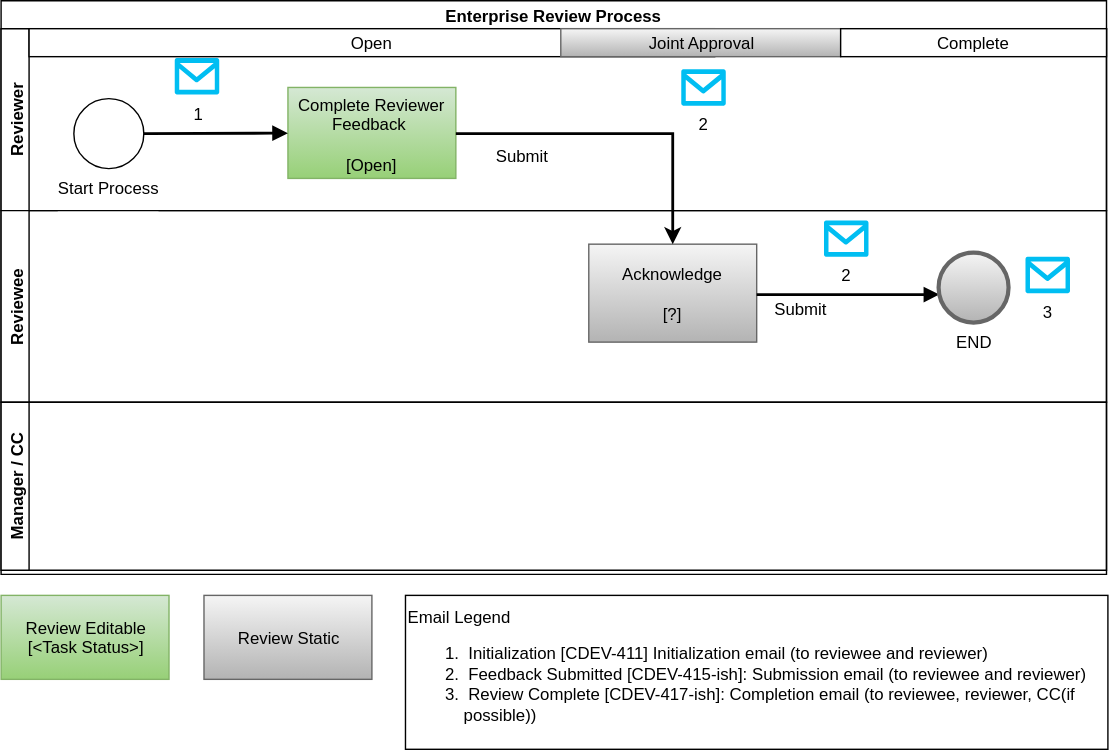
The draw.io diagram docs/requirements/ER_Process.svg in michaelmernin/skills_dev_environment, before a commit. Source tidied: cells renumbered, new cells last; positions are measured from the earlier drawing's top-left corner, leaving out a move shared by most shapes.
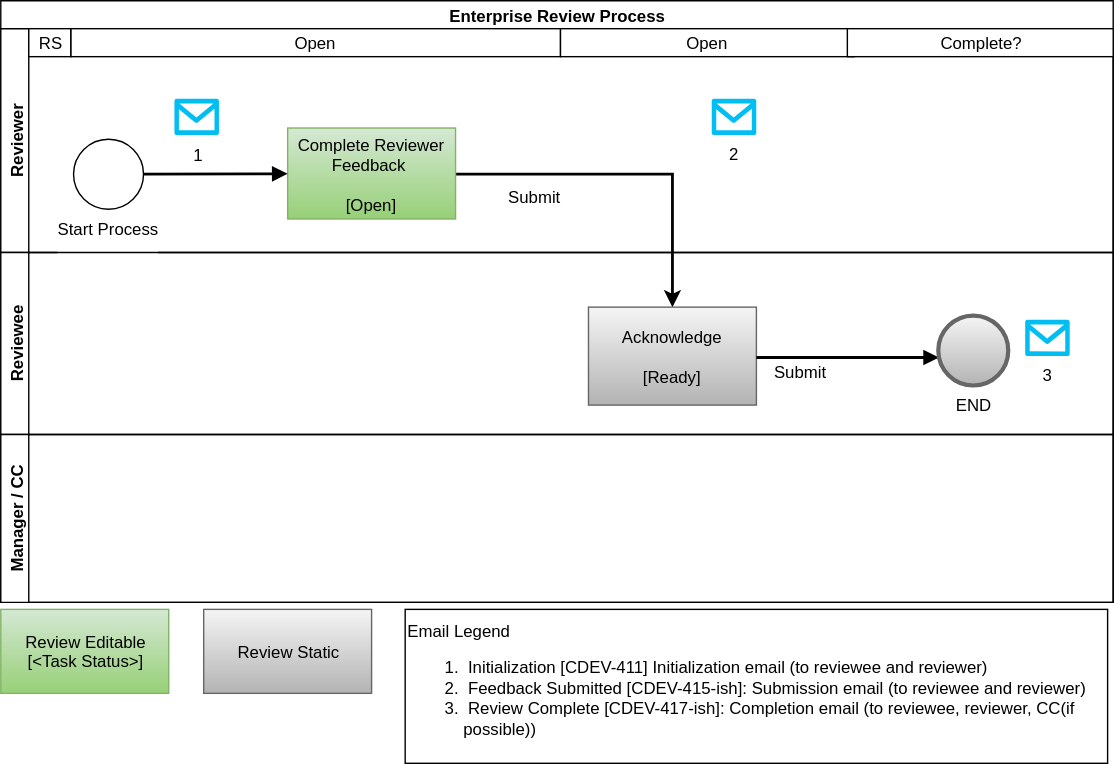
The same file after the commit.

Diff of the diagram source:
```diff
@@ -3,49 +3,64 @@
     <mxCell id="0" />
     <mxCell id="1" parent="0" />
     <mxCell id="2" value="Enterprise Review Process" style="swimlane;html=1;horizontal=1;startSize=20;rounded=0;glass=0;" parent="1" vertex="1">
-      <mxGeometry width="790" height="410" as="geometry" />
+      <mxGeometry y="-10" width="795" height="430" as="geometry" />
     </mxCell>
+    <mxCell id="21" style="endArrow=classic;endFill=1;endSize=6;html=1;startArrow=none;startFill=0;rounded=0;exitX=1;exitY=0.5;strokeWidth=2;" parent="2" edge="1" source="4" target="14">
+      <mxGeometry relative="1" as="geometry">
+        <Array as="points">
+          <mxPoint x="480" y="124" />
+        </Array>
+      </mxGeometry>
+    </mxCell>
+    <mxCell id="22" value="Submit" style="text;html=1;align=center;verticalAlign=middle;labelBackgroundColor=#ffffff;fontSize=12;fontFamily=Helvetica;fontColor=#000000;" parent="21" vertex="1">
+      <mxGeometry x="0.15" y="1" relative="1" as="geometry">
+        <mxPoint x="-88" y="16" as="offset" />
+      </mxGeometry>
+    </mxCell>
     <mxCell id="3" value="Reviewer" style="swimlane;html=1;startSize=20;horizontal=0;" parent="2" vertex="1">
-      <mxGeometry y="20" width="790" height="130" as="geometry" />
+      <mxGeometry y="20" width="795" height="160" as="geometry" />
     </mxCell>
     <mxCell id="4" value="Complete Reviewer Feedback&amp;nbsp;&lt;div&gt;&lt;br&gt;&lt;/div&gt;&lt;div&gt;[Open]&lt;/div&gt;" style="shape=ext;rounded=0;html=1;whiteSpace=wrap;glass=0;plain-green;" parent="3" vertex="1">
-      <mxGeometry x="205" y="42" width="120" height="65" as="geometry" />
+      <mxGeometry x="205" y="71" width="120" height="65" as="geometry" />
     </mxCell>
     <mxCell id="5" value="Open" style="whiteSpace=wrap;html=1;rounded=0;glass=0;" parent="3" vertex="1">
-      <mxGeometry x="20" width="490" height="20" as="geometry" />
+      <mxGeometry x="50" width="350" height="20" as="geometry" />
     </mxCell>
-    <mxCell id="6" value="Joint Approval" style="whiteSpace=wrap;html=1;rounded=0;glass=0;fillColor=#f5f5f5;strokeColor=#666666;gradientColor=#b3b3b3;" parent="3" vertex="1">
-      <mxGeometry x="400" width="200" height="20" as="geometry" />
+    <mxCell id="6" value="Open" style="whiteSpace=wrap;html=1;rounded=0;glass=0;fillColor=#ffffff;strokeColor=#000000;" parent="3" vertex="1">
+      <mxGeometry x="400" width="210" height="20" as="geometry" />
     </mxCell>
-    <mxCell id="7" value="Complete" style="whiteSpace=wrap;html=1;rounded=0;glass=0;" parent="3" vertex="1">
-      <mxGeometry x="600" width="190" height="20" as="geometry" />
+    <mxCell id="7" value="Complete?" style="whiteSpace=wrap;html=1;rounded=0;glass=0;" parent="3" vertex="1">
+      <mxGeometry x="605" width="190" height="20" as="geometry" />
     </mxCell>
     <mxCell id="8" value="Start Process&lt;div&gt;&lt;br&gt;&lt;/div&gt;" style="shape=mxgraph.bpmn.shape;html=1;verticalLabelPosition=bottom;labelBackgroundColor=#ffffff;verticalAlign=top;perimeter=ellipsePerimeter;outline=standard;symbol=general;" parent="3" vertex="1">
-      <mxGeometry x="52" y="50" width="50" height="50" as="geometry" />
+      <mxGeometry x="52" y="79" width="50" height="50" as="geometry" />
     </mxCell>
     <mxCell id="9" style="endArrow=block;endFill=1;endSize=6;html=1;strokeWidth=2;" parent="3" edge="1" source="8" target="4">
       <mxGeometry relative="1" as="geometry" />
     </mxCell>
     <mxCell id="10" style="verticalLabelPosition=bottom;html=1;verticalAlign=top;strokeColor=none;fillColor=#00BEF2;shape=mxgraph.azure.message;" parent="3" vertex="1">
-      <mxGeometry x="124" y="21" width="32" height="26" as="geometry" />
+      <mxGeometry x="124" y="50" width="32" height="26" as="geometry" />
     </mxCell>
     <mxCell id="11" value="1" style="text;html=1;align=left;verticalAlign=top;spacingTop=-4;" parent="3" vertex="1">
-      <mxGeometry x="136" y="52" width="20" height="20" as="geometry" />
+      <mxGeometry x="136" y="81" width="20" height="20" as="geometry" />
     </mxCell>
     <mxCell id="12" value="2" style="verticalLabelPosition=bottom;html=1;verticalAlign=top;strokeColor=none;fillColor=#00BEF2;shape=mxgraph.azure.message;" parent="3" vertex="1">
-      <mxGeometry x="486" y="29" width="32" height="26" as="geometry" />
+      <mxGeometry x="508" y="50" width="32" height="26" as="geometry" />
     </mxCell>
+    <mxCell id="26" value="RS" style="whiteSpace=wrap;html=1;rounded=0;glass=0;" parent="3" vertex="1">
+      <mxGeometry x="20" width="30" height="20" as="geometry" />
+    </mxCell>
     <mxCell id="13" value="Reviewee" style="swimlane;html=1;startSize=20;horizontal=0;" parent="2" vertex="1">
-      <mxGeometry y="150" width="790" height="137" as="geometry" />
+      <mxGeometry y="180" width="795" height="130" as="geometry" />
     </mxCell>
-    <mxCell id="14" value="&lt;span&gt;Acknowledge&lt;/span&gt;&lt;div&gt;&lt;br&gt;&lt;/div&gt;&lt;div&gt;[?]&lt;/div&gt;" style="shape=ext;rounded=0;html=1;whiteSpace=wrap;fillColor=#f5f5f5;strokeColor=#666666;gradientColor=#b3b3b3;" parent="13" vertex="1">
-      <mxGeometry x="420" y="24" width="120" height="70" as="geometry" />
+    <mxCell id="14" value="&lt;span&gt;Acknowledge&lt;/span&gt;&lt;div&gt;&lt;br&gt;&lt;/div&gt;&lt;div&gt;[Ready]&lt;/div&gt;" style="shape=ext;rounded=0;html=1;whiteSpace=wrap;fillColor=#f5f5f5;strokeColor=#666666;gradientColor=#b3b3b3;" parent="13" vertex="1">
+      <mxGeometry x="420" y="39" width="120" height="70" as="geometry" />
     </mxCell>
     <mxCell id="15" style="endArrow=block;endFill=1;endSize=6;html=1;strokeWidth=2;edgeStyle=orthogonalEdgeStyle;rounded=0;" parent="13" edge="1" source="14" target="17">
       <mxGeometry relative="1" as="geometry">
         <Array as="points">
-          <mxPoint x="628" y="60" />
-          <mxPoint x="628" y="60" />
+          <mxPoint x="628" y="75" />
+          <mxPoint x="628" y="75" />
         </Array>
       </mxGeometry>
     </mxCell>
@@ -55,29 +70,14 @@
       </mxGeometry>
     </mxCell>
     <mxCell id="17" value="END" style="shape=mxgraph.bpmn.shape;html=1;verticalLabelPosition=bottom;labelBackgroundColor=#ffffff;verticalAlign=top;perimeter=ellipsePerimeter;outline=end;symbol=general;rounded=0;glass=0;fillColor=#f5f5f5;strokeColor=#666666;gradientColor=#b3b3b3;" parent="13" vertex="1">
-      <mxGeometry x="670" y="30" width="50" height="50" as="geometry" />
+      <mxGeometry x="670" y="45" width="50" height="50" as="geometry" />
     </mxCell>
-    <mxCell id="18" value="2" style="verticalLabelPosition=bottom;html=1;verticalAlign=top;strokeColor=none;fillColor=#00BEF2;shape=mxgraph.azure.message;" parent="13" vertex="1">
-      <mxGeometry x="588" y="7" width="32" height="26" as="geometry" />
-    </mxCell>
     <mxCell id="19" value="3" style="verticalLabelPosition=bottom;html=1;verticalAlign=top;strokeColor=none;fillColor=#00BEF2;shape=mxgraph.azure.message;" parent="13" vertex="1">
-      <mxGeometry x="732" y="33" width="32" height="26" as="geometry" />
+      <mxGeometry x="732" y="48" width="32" height="26" as="geometry" />
     </mxCell>
     <mxCell id="20" value="Manager / CC" style="swimlane;html=1;startSize=20;horizontal=0;" parent="2" vertex="1">
-      <mxGeometry y="287" width="790" height="120" as="geometry" />
+      <mxGeometry y="310" width="795" height="120" as="geometry" />
     </mxCell>
-    <mxCell id="21" style="endArrow=classic;endFill=1;endSize=6;html=1;startArrow=none;startFill=0;rounded=0;exitX=1;exitY=0.5;strokeWidth=2;" parent="2" edge="1" source="4" target="14">
-      <mxGeometry relative="1" as="geometry">
-        <Array as="points">
-          <mxPoint x="480" y="95" />
-        </Array>
-      </mxGeometry>
-    </mxCell>
-    <mxCell id="22" value="Submit" style="text;html=1;align=center;verticalAlign=middle;labelBackgroundColor=#ffffff;fontSize=12;fontFamily=Helvetica;fontColor=#000000;" parent="21" vertex="1">
-      <mxGeometry x="0.15" y="1" relative="1" as="geometry">
-        <mxPoint x="-88" y="16" as="offset" />
-      </mxGeometry>
-    </mxCell>
     <mxCell id="23" value="Review Editable&lt;div&gt;[&amp;lt;Task Status&amp;gt;]&lt;/div&gt;" style="whiteSpace=wrap;html=1;rounded=0;glass=0;plain-green;" parent="1" vertex="1">
       <mxGeometry y="425" width="120" height="60" as="geometry" />
     </mxCell>
```
